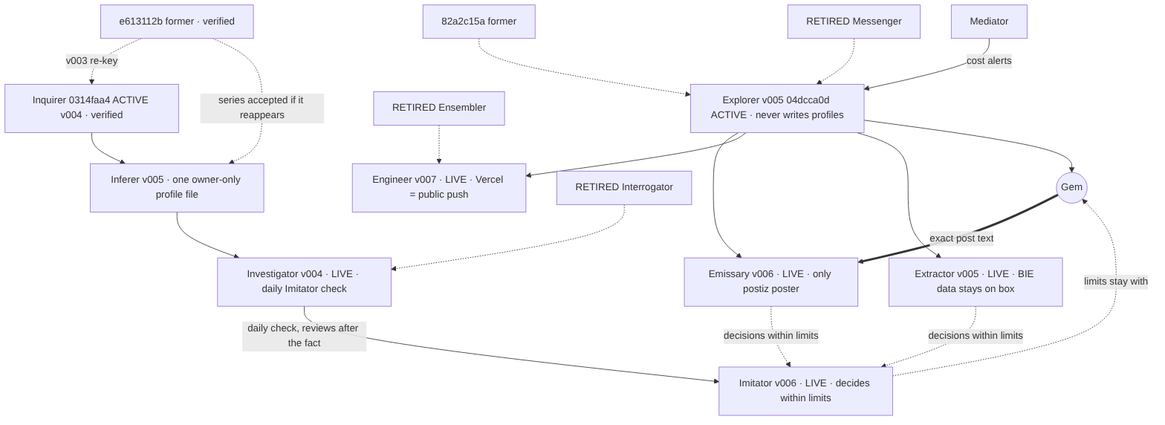
Above: governance/cartography/role-map-detail-identity-work.png in gemquota/gvmw (Mermaid), before the change. Its source is kept beside it as governance/cartography/role-map-detail-identity-work.mmd. Source of this version:
```mermaid
%%{init: {"flowchart": {"wrappingWidth": 220}}}%%
flowchart TB
  GEM(("Gem"))
  INQ0["e613112b former · verified"] -.->|v003 re-key| INQ["Inquirer 0314faa4 ACTIVE v004 · verified"]
  INQ --> INF["Inferer v005 · one owner-only profile file"]
  INF --> INV["Investigator v004 · LIVE · daily Imitator check"]
  INV -->|daily check, reviews after the fact| IMI["Imitator v006 · LIVE · decides within limits"]
  INT["RETIRED Interrogator"] -.-> INV
  EXP0["82a2c15a former"] -.-> EXP["Explorer v005 04dcca0d ACTIVE · never writes profiles"]
  MSG["RETIRED Messenger"] -.-> EXP
  EXP --> EMI["Emissary v006 · LIVE · only postiz poster"]
  EXP --> ENG["Engineer v007 · LIVE · Vercel = public push"]
  EXP --> EXT["Extractor v005 · LIVE · BIE data stays on box"]
  EXP --> GEM
  MED["Mediator"] -->|cost alerts| EXP
  ENS["RETIRED Ensembler"] -.-> ENG
  INQ0 -.->|series accepted if it reappears| INF
  EMI -.->|decisions within limits| IMI
  EXT -.->|decisions within limits| IMI
  IMI -.->|limits stay with| GEM
  GEM ==>|exact post text| EMI
```
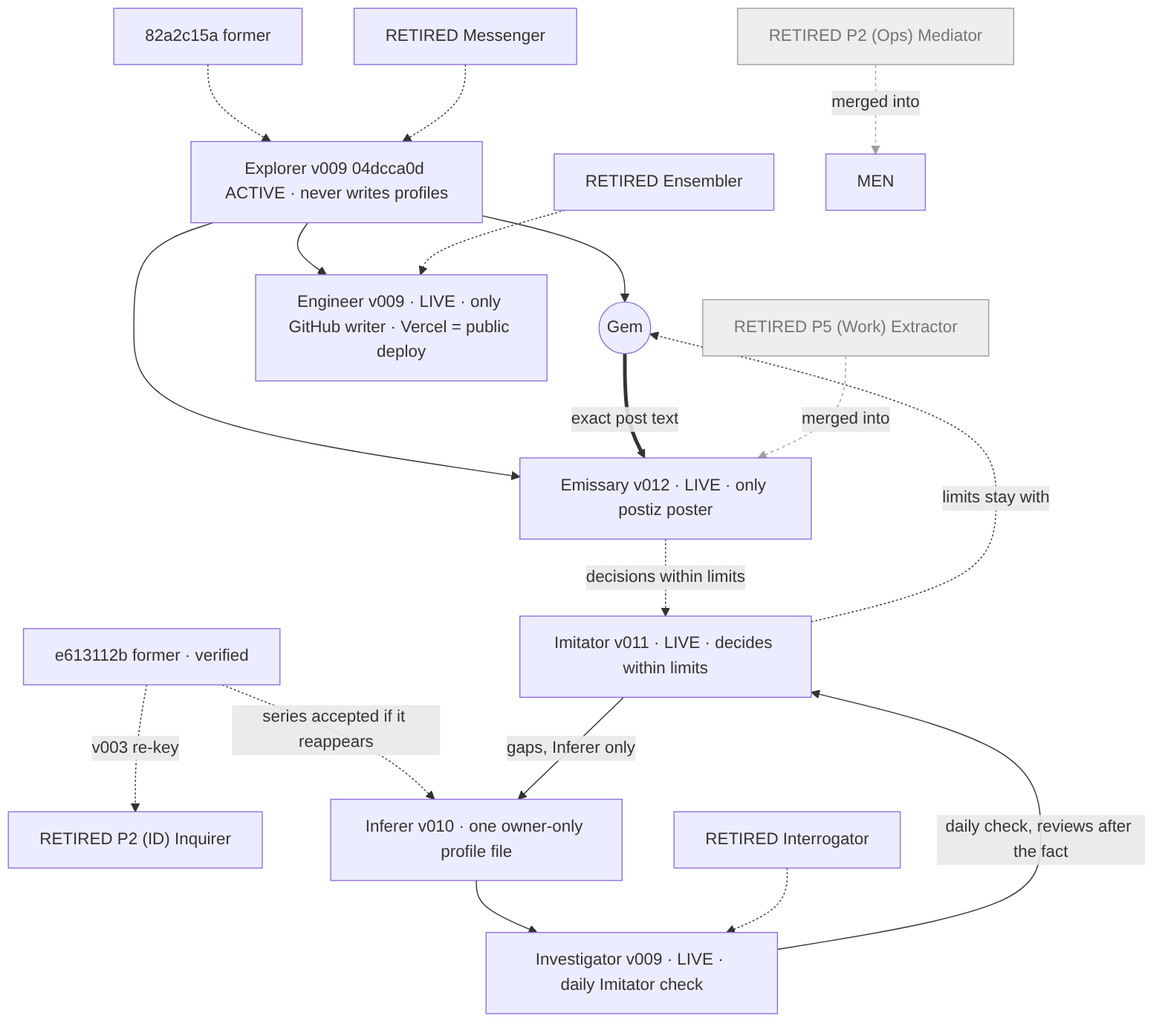
Later version of the same file.

Change to the diagram source:
```diff
@@ -1,21 +1,26 @@
 %%{init: {"flowchart": {"wrappingWidth": 220}}}%%
 flowchart TB
   GEM(("Gem"))
-  INQ0["e613112b former · verified"] -.->|v003 re-key| INQ["Inquirer 0314faa4 ACTIVE v004 · verified"]
-  INQ --> INF["Inferer v005 · one owner-only profile file"]
-  INF --> INV["Investigator v004 · LIVE · daily Imitator check"]
-  INV -->|daily check, reviews after the fact| IMI["Imitator v006 · LIVE · decides within limits"]
+  INQ0["e613112b former · verified"] -.->|v003 re-key| INQ["RETIRED P2 (ID) Inquirer"]
+  INF["Inferer v010 · one owner-only profile file"]
+  INF --> INV["Investigator v009 · LIVE · daily Imitator check"]
+  INV -->|daily check, reviews after the fact| IMI["Imitator v011 · LIVE · decides within limits"]
   INT["RETIRED Interrogator"] -.-> INV
-  EXP0["82a2c15a former"] -.-> EXP["Explorer v005 04dcca0d ACTIVE · never writes profiles"]
+  EXP0["82a2c15a former"] -.-> EXP["Explorer v009 04dcca0d ACTIVE · never writes profiles"]
   MSG["RETIRED Messenger"] -.-> EXP
-  EXP --> EMI["Emissary v006 · LIVE · only postiz poster"]
-  EXP --> ENG["Engineer v007 · LIVE · Vercel = public push"]
-  EXP --> EXT["Extractor v005 · LIVE · BIE data stays on box"]
+  EXP --> EMI["Emissary v012 · LIVE · only postiz poster"]
+  EXP --> ENG["Engineer v009 · LIVE · only GitHub writer · Vercel = public deploy"]
+  EXT["RETIRED P5 (Work) Extractor"]
   EXP --> GEM
-  MED["Mediator"] -->|cost alerts| EXP
+  MED["RETIRED P2 (Ops) Mediator"]
   ENS["RETIRED Ensembler"] -.-> ENG
   INQ0 -.->|series accepted if it reappears| INF
   EMI -.->|decisions within limits| IMI
-  EXT -.->|decisions within limits| IMI
   IMI -.->|limits stay with| GEM
   GEM ==>|exact post text| EMI
+  IMI -->|gaps, Inferer only| INF
+  MED -.->|merged into| MEN
+  EXT -.->|merged into| EMI
+  linkStyle 15,16 stroke:#9e9e9e,stroke-dasharray:3 3
+  classDef retiredMerged fill:#eeeeee,stroke:#9e9e9e,color:#757575
+  class MED,EXT retiredMerged
```
